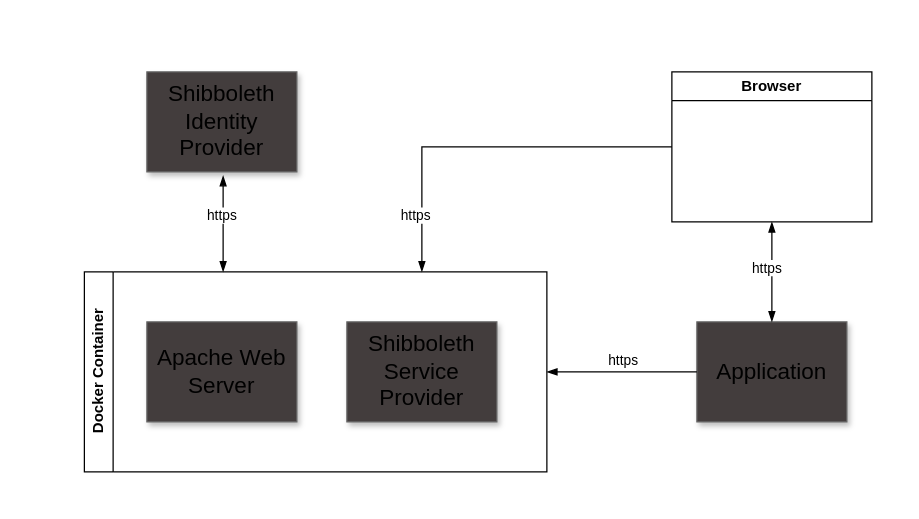
This is doc/SwitchAAI.drawio from puzzle/unilu-pruefungsabfrage, a draw.io file, before an edit. Source tidied: cells renumbered, new cells numbered last; positions are measured from the earlier drawing's top-left corner, leaving out a move shared by most shapes. Both pictures are drawn from the tidied source at 125%, with x=0, y=0 at pixel (84, 71).
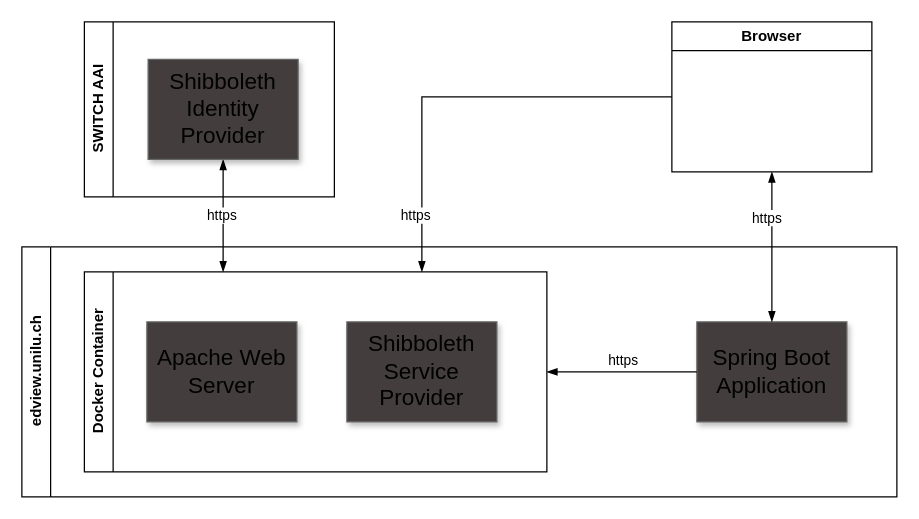
Above is the later version.

Diff of the diagram source:
```diff
@@
-    <mxCell id="2" value="Shibboleth Identity Provider" style="whiteSpace=wrap;html=1;shadow=1;fontSize=18;fillColor=#433D3D;strokeColor=#666666;" parent="1" vertex="1">
-      <mxGeometry x="50" width="120" height="80" as="geometry" />
-    </mxCell>
@@
-    <mxCell id="4" style="edgeStyle=elbowEdgeStyle;rounded=0;html=1;startArrow=blockThin;startFill=1;jettySize=auto;orthogonalLoop=1;fontSize=18;exitX=0.592;exitY=1.038;exitDx=0;exitDy=0;entryX=0.25;entryY=0;entryDx=0;entryDy=0;endArrow=blockThin;endFill=1;exitPerimeter=0;" parent="1" edge="1">
+    <mxCell id="4" style="edgeStyle=elbowEdgeStyle;rounded=0;html=1;startArrow=blockThin;startFill=1;jettySize=auto;fontSize=18;entryX=0.25;entryY=0;entryDx=0;entryDy=0;endArrow=blockThin;endFill=1;exitX=0.5;exitY=1;exitDx=0;exitDy=0;" parent="1" edge="1" source="2">
       <mxGeometry relative="1" as="geometry">
-        <mxPoint x="111" y="83" as="sourcePoint" />
         <mxPoint x="110.5" y="160" as="targetPoint" />
         <Array as="points">
           <mxPoint x="111" y="120" />
           <mxPoint x="795" y="644" />
         </Array>
       </mxGeometry>
     </mxCell>
@@
-    <mxCell id="6" value="Application" style="whiteSpace=wrap;html=1;shadow=1;fontSize=18;fillColor=#433D3D;strokeColor=#666666;" parent="1" vertex="1">
+    <mxCell id="6" value="Spring Boot Application" style="whiteSpace=wrap;html=1;shadow=1;fontSize=18;fillColor=#433D3D;strokeColor=#666666;" parent="1" vertex="1">
       <mxGeometry x="490" y="200" width="120" height="80" as="geometry" />
     </mxCell>
     <mxCell id="7" value="Browser" style="swimlane;whiteSpace=wrap;html=1;" parent="1" vertex="1">
-      <mxGeometry x="470" width="160" height="120" as="geometry" />
+      <mxGeometry x="470" y="-40" width="160" height="120" as="geometry" />
     </mxCell>
@@
     <mxCell id="13" value="https" style="edgeLabel;html=1;align=center;verticalAlign=middle;" parent="1" vertex="1">
-      <mxGeometry x="430" y="240" as="geometry">
+      <mxGeometry x="430" y="200" as="geometry">
         <mxPoint x="115" y="-84" as="offset" />
       </mxGeometry>
     </mxCell>
@@
+    <mxCell id="16" value="edview.unilu.ch" style="swimlane;horizontal=0;whiteSpace=wrap;html=1;" parent="1" vertex="1">
+      <mxGeometry x="-50" y="140" width="700" height="200" as="geometry" />
+    </mxCell>
+    <mxCell id="17" value="SWITCH AAI" style="swimlane;horizontal=0;whiteSpace=wrap;html=1;" parent="1" vertex="1">
+      <mxGeometry y="-40" width="200" height="140" as="geometry" />
+    </mxCell>
+    <mxCell id="2" value="Shibboleth Identity Provider" style="whiteSpace=wrap;html=1;shadow=1;fontSize=18;fillColor=#433D3D;strokeColor=#666666;" parent="17" vertex="1">
+      <mxGeometry x="51" y="30" width="120" height="80" as="geometry" />
+    </mxCell>
```
